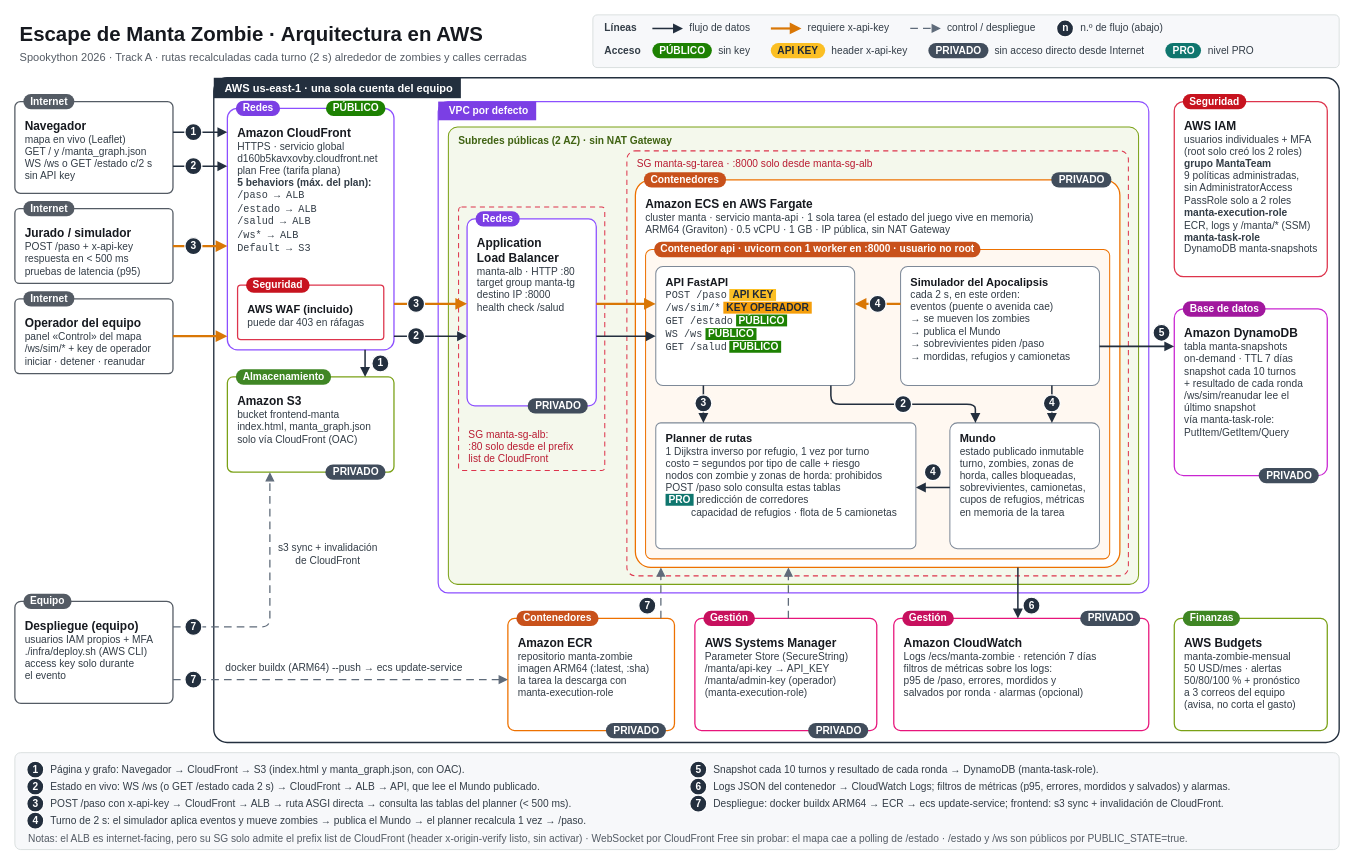
Before: docs/arquitectura.drawio in TheDarw1n/menincloud_spookython-2026, a draw.io diagram. Source tidied: cells renumbered, new cells numbered last; positions are measured from the earlier drawing's top-left corner, leaving out a move shared by most shapes. Both pictures are drawn from the tidied source at 85%, with x=0, y=0 at pixel (14, 14).
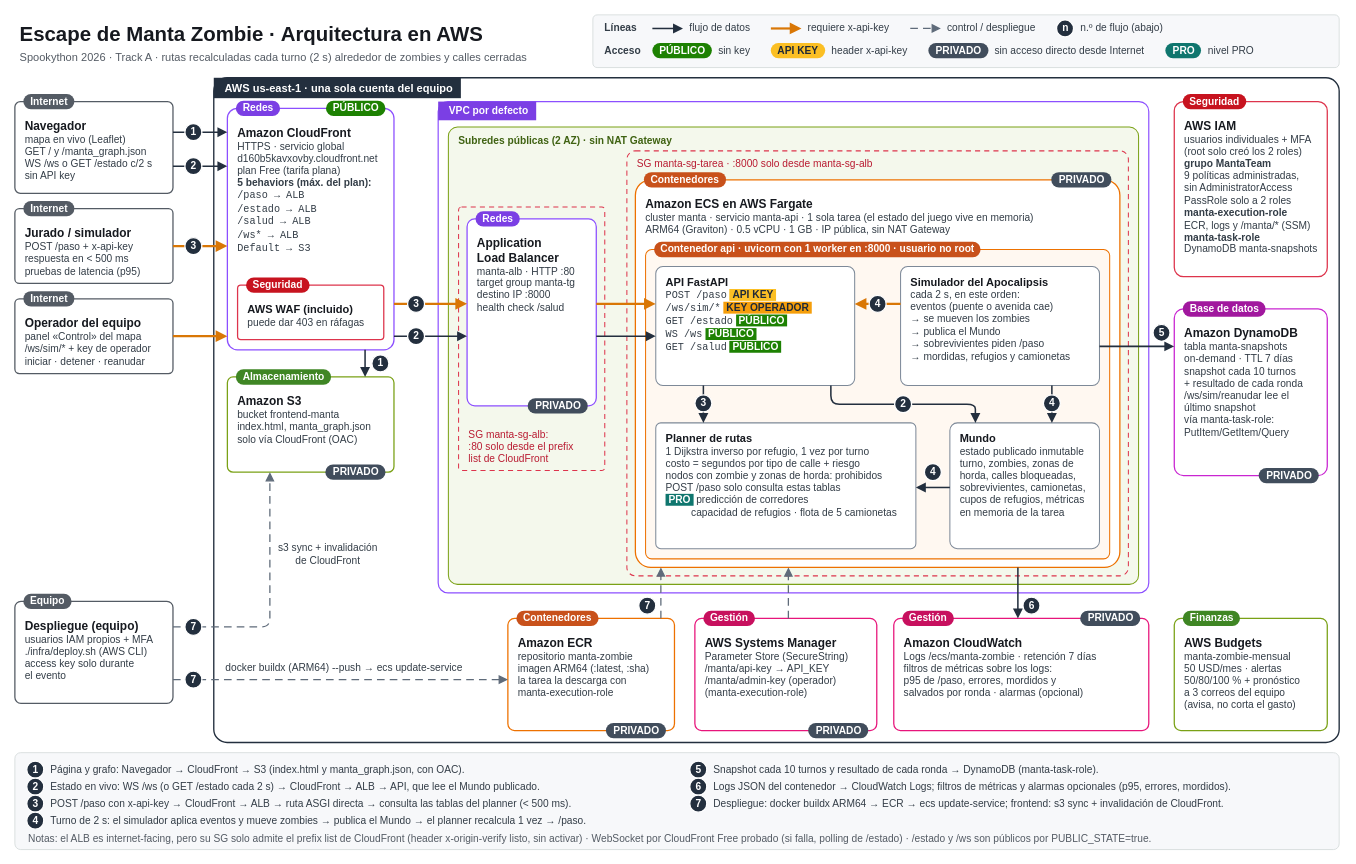
The same diagram, later.

Commit message (it also covers changes not shown here):
Diagrama: WebSocket por CloudFront probado y metricas de CloudWatch opcionales

What changed in the source:
```diff
@@
-    <mxCell id="122" value="Logs JSON del contenedor → CloudWatch Logs; filtros de métricas (p95, errores, mordidos y salvados) y alarmas." style="text;html=1;align=left;verticalAlign=middle;whiteSpace=nowrap;fontSize=12;fontColor=#333D47;" parent="1" vertex="1">
+    <mxCell id="122" value="Logs JSON del contenedor → CloudWatch Logs; filtros de métricas y alarmas opcionales (p95, errores, mordidos)." style="text;html=1;align=left;verticalAlign=middle;whiteSpace=nowrap;fontSize=12;fontColor=#333D47;" parent="1" vertex="1">
       <mxGeometry x="820" y="898" width="740" height="20" as="geometry" />
     </mxCell>
@@
-    <mxCell id="125" value="Notas: el ALB es internet-facing, pero su SG solo admite el prefix list de CloudFront (header x-origin-verify listo, sin activar) · WebSocket por CloudFront Free sin probar: el mapa cae a polling de /estado · /estado y /ws son públicos por PUBLIC_STATE=true." style="text;html=1;align=left;verticalAlign=middle;whiteSpace=nowrap;fontSize=12;fontColor=#333D47;fontColor=#545B64;" parent="1" vertex="1">
+    <mxCell id="125" value="Notas: el ALB es internet-facing, pero su SG solo admite el prefix list de CloudFront (header x-origin-verify listo, sin activar) · WebSocket por CloudFront Free probado (si falla, polling de /estado) · /estado y /ws son públicos por PUBLIC_STATE=true." style="text;html=1;align=left;verticalAlign=middle;whiteSpace=nowrap;fontSize=12;fontColor=#333D47;fontColor=#545B64;" parent="1" vertex="1">
       <mxGeometry x="14" y="960" width="1530" height="20" as="geometry" />
     </mxCell>
```
